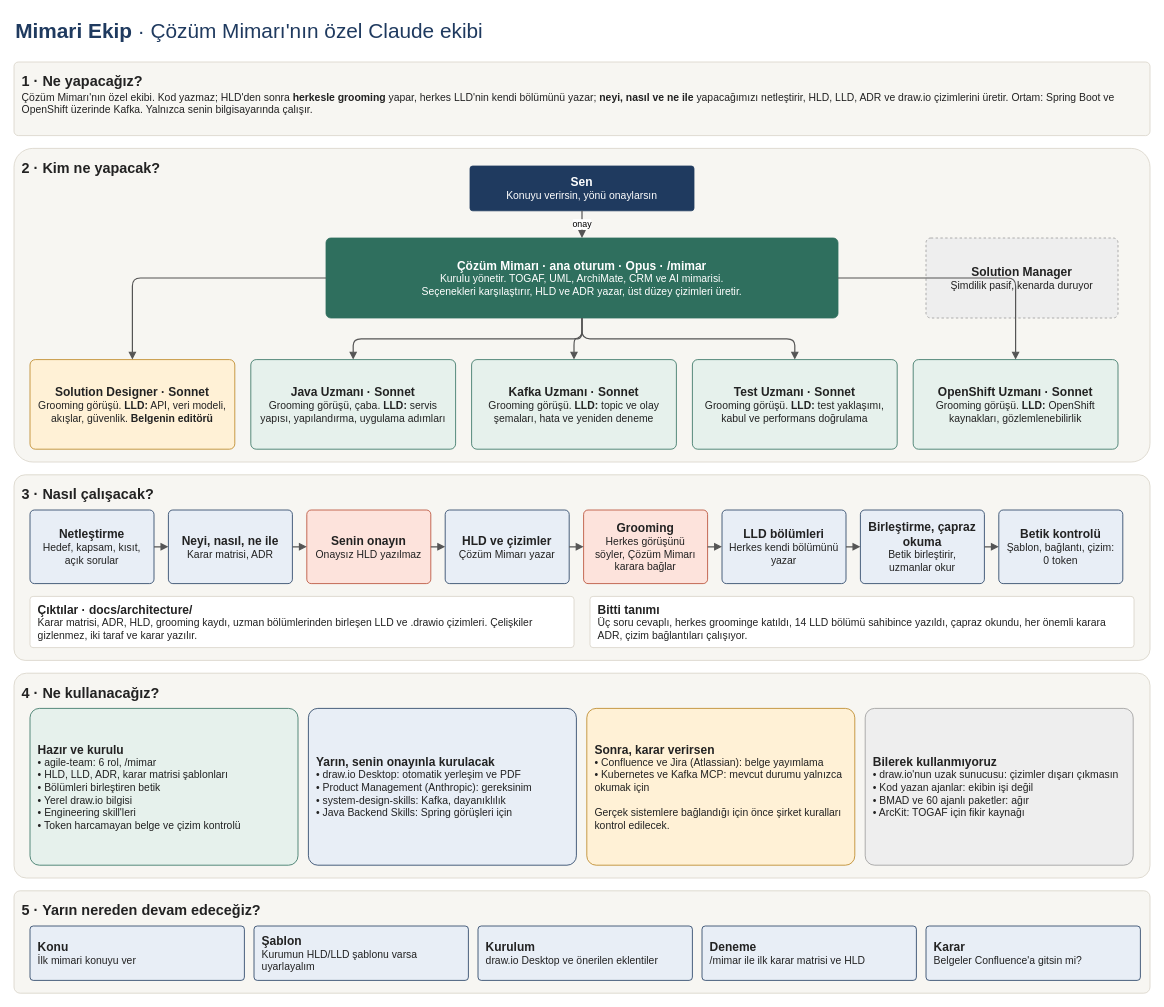
Earlier version of the draw.io diagram docs/architecture/ekip-plani.drawio (TheNativeStranger/agile-team). Source tidied: cells renumbered, new cells numbered last; positions are measured from the earlier drawing's top-left corner, leaving out a move shared by most shapes. Both pictures are drawn from the tidied source at 80%, with x=0, y=0 at pixel (14, 14).
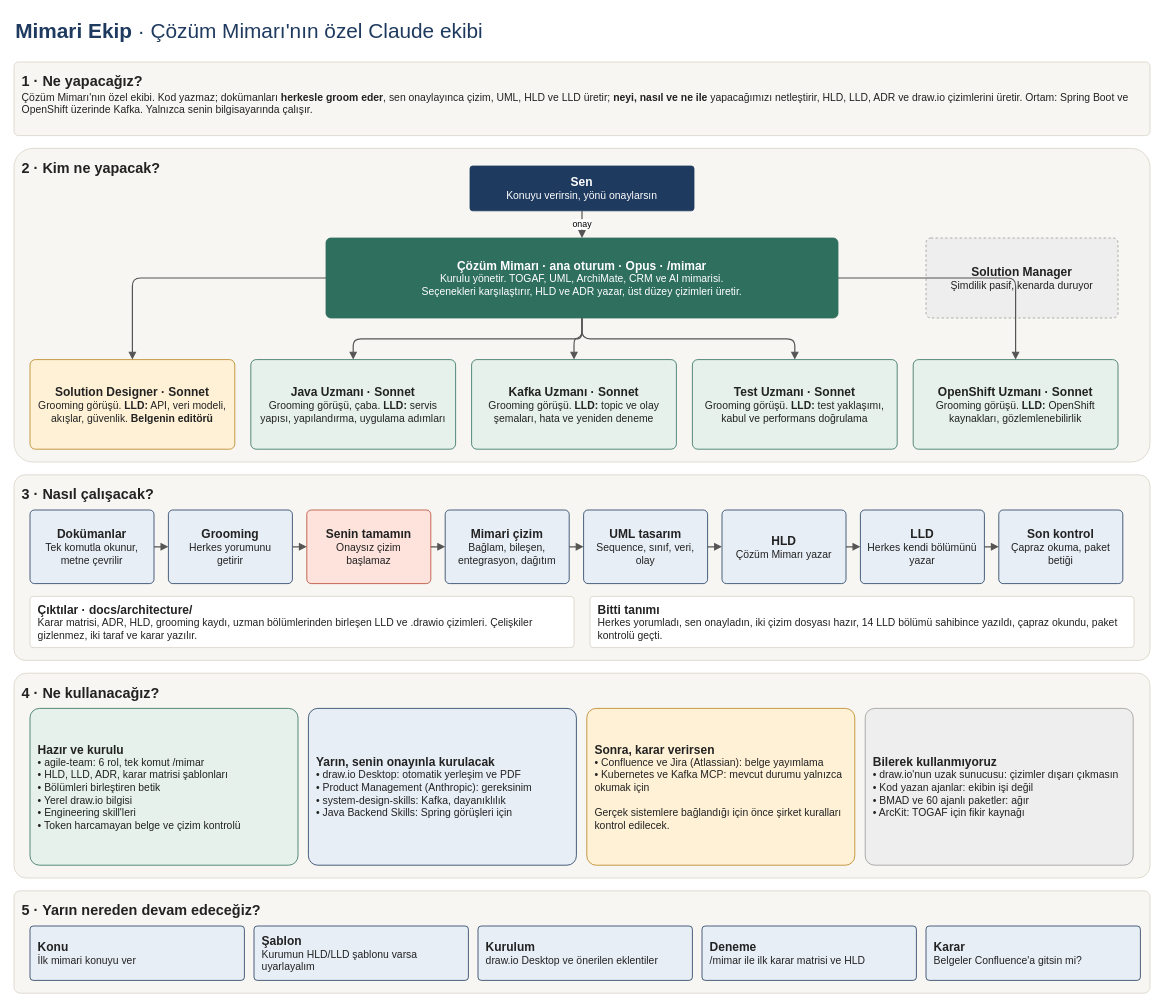
The same diagram, later.

Diff of the diagram source:
```diff
@@
-    <mxCell id="3" value="&lt;font style='font-size:18px'&gt;&lt;b&gt;1 · Ne yapacağız?&lt;/b&gt;&lt;/font&gt;&lt;br&gt;Çözüm Mimarı'nın özel ekibi. Kod yazmaz; HLD'den sonra &lt;b&gt;herkesle grooming&lt;/b&gt; yapar, herkes LLD'nin kendi bölümünü yazar; &lt;b&gt;neyi, nasıl ve ne ile&lt;/b&gt; yapacağımızı netleştirir, HLD, LLD, ADR ve draw.io çizimlerini üretir. Ortam: Spring Boot ve OpenShift üzerinde Kafka. Yalnızca senin bilgisayarında çalışır." style="rounded=1;arcSize=6;whiteSpace=wrap;html=1;fillColor=#f7f6f2;strokeColor=#d8d4c8;fontColor=#222222;fontSize=13;align=left;verticalAlign=top;spacing=10;" parent="1" vertex="1">
+    <mxCell id="3" value="&lt;font style='font-size:18px'&gt;&lt;b&gt;1 · Ne yapacağız?&lt;/b&gt;&lt;/font&gt;&lt;br&gt;Çözüm Mimarı'nın özel ekibi. Kod yazmaz; dokümanları &lt;b&gt;herkesle groom eder&lt;/b&gt;, sen onaylayınca çizim, UML, HLD ve LLD üretir; &lt;b&gt;neyi, nasıl ve ne ile&lt;/b&gt; yapacağımızı netleştirir, HLD, LLD, ADR ve draw.io çizimlerini üretir. Ortam: Spring Boot ve OpenShift üzerinde Kafka. Yalnızca senin bilgisayarında çalışır." style="rounded=1;arcSize=6;whiteSpace=wrap;html=1;fillColor=#f7f6f2;strokeColor=#d8d4c8;fontColor=#222222;fontSize=13;align=left;verticalAlign=top;spacing=10;" parent="1" vertex="1">
       <mxGeometry y="60" width="1420" height="92" as="geometry" />
     </mxCell>
@@
-    <mxCell id="14" value="&lt;font style='font-size:15px'&gt;&lt;b&gt;Netleştirme&lt;/b&gt;&lt;/font&gt;&lt;br&gt;Hedef, kapsam, kısıt, açık sorular" style="rounded=1;arcSize=6;whiteSpace=wrap;html=1;fillColor=#e8eef6;strokeColor=#1f3a5f;fontColor=#222222;fontSize=13;align=center;verticalAlign=middle;spacing=10;" parent="1" vertex="1">
+    <mxCell id="14" value="&lt;font style='font-size:15px'&gt;&lt;b&gt;Dokümanlar&lt;/b&gt;&lt;/font&gt;&lt;br&gt;Tek komutla okunur, metne çevrilir" style="rounded=1;arcSize=6;whiteSpace=wrap;html=1;fillColor=#e8eef6;strokeColor=#1f3a5f;fontColor=#222222;fontSize=13;align=center;verticalAlign=middle;spacing=10;" parent="1" vertex="1">
       <mxGeometry x="20" y="620" width="155" height="92" as="geometry" />
     </mxCell>
-    <mxCell id="15" value="&lt;font style='font-size:15px'&gt;&lt;b&gt;Neyi, nasıl, ne ile&lt;/b&gt;&lt;/font&gt;&lt;br&gt;Karar matrisi, ADR" style="rounded=1;arcSize=6;whiteSpace=wrap;html=1;fillColor=#e8eef6;strokeColor=#1f3a5f;fontColor=#222222;fontSize=13;align=center;verticalAlign=middle;spacing=10;" parent="1" vertex="1">
+    <mxCell id="15" value="&lt;font style='font-size:15px'&gt;&lt;b&gt;Grooming&lt;/b&gt;&lt;/font&gt;&lt;br&gt;Herkes yorumunu getirir" style="rounded=1;arcSize=6;whiteSpace=wrap;html=1;fillColor=#e8eef6;strokeColor=#1f3a5f;fontColor=#222222;fontSize=13;align=center;verticalAlign=middle;spacing=10;" parent="1" vertex="1">
       <mxGeometry x="193" y="620" width="155" height="92" as="geometry" />
     </mxCell>
-    <mxCell id="16" value="&lt;font style='font-size:15px'&gt;&lt;b&gt;Senin onayın&lt;/b&gt;&lt;/font&gt;&lt;br&gt;Onaysız HLD yazılmaz" style="rounded=1;arcSize=6;whiteSpace=wrap;html=1;fillColor=#fde3dc;strokeColor=#b5482f;fontColor=#222222;fontSize=13;align=center;verticalAlign=middle;spacing=10;" parent="1" vertex="1">
+    <mxCell id="16" value="&lt;font style='font-size:15px'&gt;&lt;b&gt;Senin tamamın&lt;/b&gt;&lt;/font&gt;&lt;br&gt;Onaysız çizim başlamaz" style="rounded=1;arcSize=6;whiteSpace=wrap;html=1;fillColor=#fde3dc;strokeColor=#b5482f;fontColor=#222222;fontSize=13;align=center;verticalAlign=middle;spacing=10;" parent="1" vertex="1">
       <mxGeometry x="366" y="620" width="155" height="92" as="geometry" />
     </mxCell>
-    <mxCell id="17" value="&lt;font style='font-size:15px'&gt;&lt;b&gt;HLD ve çizimler&lt;/b&gt;&lt;/font&gt;&lt;br&gt;Çözüm Mimarı yazar" style="rounded=1;arcSize=6;whiteSpace=wrap;html=1;fillColor=#e8eef6;strokeColor=#1f3a5f;fontColor=#222222;fontSize=13;align=center;verticalAlign=middle;spacing=10;" parent="1" vertex="1">
+    <mxCell id="17" value="&lt;font style='font-size:15px'&gt;&lt;b&gt;Mimari çizim&lt;/b&gt;&lt;/font&gt;&lt;br&gt;Bağlam, bileşen, entegrasyon, dağıtım" style="rounded=1;arcSize=6;whiteSpace=wrap;html=1;fillColor=#e8eef6;strokeColor=#1f3a5f;fontColor=#222222;fontSize=13;align=center;verticalAlign=middle;spacing=10;" parent="1" vertex="1">
       <mxGeometry x="539" y="620" width="155" height="92" as="geometry" />
     </mxCell>
-    <mxCell id="18" value="&lt;font style='font-size:15px'&gt;&lt;b&gt;Grooming&lt;/b&gt;&lt;/font&gt;&lt;br&gt;Herkes görüşünü söyler, Çözüm Mimarı karara bağlar" style="rounded=1;arcSize=6;whiteSpace=wrap;html=1;fillColor=#fde3dc;strokeColor=#b5482f;fontColor=#222222;fontSize=13;align=center;verticalAlign=middle;spacing=10;" parent="1" vertex="1">
+    <mxCell id="18" value="&lt;font style='font-size:15px'&gt;&lt;b&gt;UML tasarım&lt;/b&gt;&lt;/font&gt;&lt;br&gt;Sequence, sınıf, veri, olay" style="rounded=1;arcSize=6;whiteSpace=wrap;html=1;fillColor=#e8eef6;strokeColor=#1f3a5f;fontColor=#222222;fontSize=13;align=center;verticalAlign=middle;spacing=10;" parent="1" vertex="1">
       <mxGeometry x="712" y="620" width="155" height="92" as="geometry" />
     </mxCell>
-    <mxCell id="19" value="&lt;font style='font-size:15px'&gt;&lt;b&gt;LLD bölümleri&lt;/b&gt;&lt;/font&gt;&lt;br&gt;Herkes kendi bölümünü yazar" style="rounded=1;arcSize=6;whiteSpace=wrap;html=1;fillColor=#e8eef6;strokeColor=#1f3a5f;fontColor=#222222;fontSize=13;align=center;verticalAlign=middle;spacing=10;" parent="1" vertex="1">
+    <mxCell id="19" value="&lt;font style='font-size:15px'&gt;&lt;b&gt;HLD&lt;/b&gt;&lt;/font&gt;&lt;br&gt;Çözüm Mimarı yazar" style="rounded=1;arcSize=6;whiteSpace=wrap;html=1;fillColor=#e8eef6;strokeColor=#1f3a5f;fontColor=#222222;fontSize=13;align=center;verticalAlign=middle;spacing=10;" parent="1" vertex="1">
       <mxGeometry x="885" y="620" width="155" height="92" as="geometry" />
     </mxCell>
-    <mxCell id="20" value="&lt;font style='font-size:15px'&gt;&lt;b&gt;Birleştirme, çapraz okuma&lt;/b&gt;&lt;/font&gt;&lt;br&gt;Betik birleştirir, uzmanlar okur" style="rounded=1;arcSize=6;whiteSpace=wrap;html=1;fillColor=#e8eef6;strokeColor=#1f3a5f;fontColor=#222222;fontSize=13;align=center;verticalAlign=middle;spacing=10;" parent="1" vertex="1">
+    <mxCell id="20" value="&lt;font style='font-size:15px'&gt;&lt;b&gt;LLD&lt;/b&gt;&lt;/font&gt;&lt;br&gt;Herkes kendi bölümünü yazar" style="rounded=1;arcSize=6;whiteSpace=wrap;html=1;fillColor=#e8eef6;strokeColor=#1f3a5f;fontColor=#222222;fontSize=13;align=center;verticalAlign=middle;spacing=10;" parent="1" vertex="1">
       <mxGeometry x="1058" y="620" width="155" height="92" as="geometry" />
     </mxCell>
-    <mxCell id="21" value="&lt;font style='font-size:15px'&gt;&lt;b&gt;Betik kontrolü&lt;/b&gt;&lt;/font&gt;&lt;br&gt;Şablon, bağlantı, çizim: 0 token" style="rounded=1;arcSize=6;whiteSpace=wrap;html=1;fillColor=#e8eef6;strokeColor=#1f3a5f;fontColor=#222222;fontSize=13;align=center;verticalAlign=middle;spacing=10;" parent="1" vertex="1">
+    <mxCell id="21" value="&lt;font style='font-size:15px'&gt;&lt;b&gt;Son kontrol&lt;/b&gt;&lt;/font&gt;&lt;br&gt;Çapraz okuma, paket betiği" style="rounded=1;arcSize=6;whiteSpace=wrap;html=1;fillColor=#e8eef6;strokeColor=#1f3a5f;fontColor=#222222;fontSize=13;align=center;verticalAlign=middle;spacing=10;" parent="1" vertex="1">
       <mxGeometry x="1231" y="620" width="155" height="92" as="geometry" />
     </mxCell>
@@
-    <mxCell id="23" value="&lt;font style='font-size:15px'&gt;&lt;b&gt;Bitti tanımı&lt;/b&gt;&lt;/font&gt;&lt;br&gt;Üç soru cevaplı, herkes groominge katıldı, 14 LLD bölümü sahibince yazıldı, çapraz okundu, her önemli karara ADR, çizim bağlantıları çalışıyor." style="rounded=1;arcSize=6;whiteSpace=wrap;html=1;fillColor=#ffffff;strokeColor=#d8d4c8;fontColor=#222222;fontSize=13;align=left;verticalAlign=middle;spacing=10;" parent="1" vertex="1">
+    <mxCell id="23" value="&lt;font style='font-size:15px'&gt;&lt;b&gt;Bitti tanımı&lt;/b&gt;&lt;/font&gt;&lt;br&gt;Herkes yorumladı, sen onayladın, iki çizim dosyası hazır, 14 LLD bölümü sahibince yazıldı, çapraz okundu, paket kontrolü geçti." style="rounded=1;arcSize=6;whiteSpace=wrap;html=1;fillColor=#ffffff;strokeColor=#d8d4c8;fontColor=#222222;fontSize=13;align=left;verticalAlign=middle;spacing=10;" parent="1" vertex="1">
       <mxGeometry x="720" y="728" width="680" height="64" as="geometry" />
     </mxCell>
@@
-    <mxCell id="25" value="&lt;font style='font-size:15px'&gt;&lt;b&gt;Hazır ve kurulu&lt;/b&gt;&lt;/font&gt;&lt;br&gt;• agile-team: 6 rol, /mimar&lt;br&gt;• HLD, LLD, ADR, karar matrisi şablonları&lt;br&gt;• Bölümleri birleştiren betik&lt;br&gt;• Yerel draw.io bilgisi&lt;br&gt;• Engineering skill'leri&lt;br&gt;• Token harcamayan belge ve çizim kontrolü" style="rounded=1;arcSize=6;whiteSpace=wrap;html=1;fillColor=#e6f1ec;strokeColor=#2f6f5e;fontColor=#222222;fontSize=13;align=left;verticalAlign=middle;spacing=10;" parent="1" vertex="1">
+    <mxCell id="25" value="&lt;font style='font-size:15px'&gt;&lt;b&gt;Hazır ve kurulu&lt;/b&gt;&lt;/font&gt;&lt;br&gt;• agile-team: 6 rol, tek komut /mimar&lt;br&gt;• HLD, LLD, ADR, karar matrisi şablonları&lt;br&gt;• Bölümleri birleştiren betik&lt;br&gt;• Yerel draw.io bilgisi&lt;br&gt;• Engineering skill'leri&lt;br&gt;• Token harcamayan belge ve çizim kontrolü" style="rounded=1;arcSize=6;whiteSpace=wrap;html=1;fillColor=#e6f1ec;strokeColor=#2f6f5e;fontColor=#222222;fontSize=13;align=left;verticalAlign=middle;spacing=10;" parent="1" vertex="1">
       <mxGeometry x="20" y="868" width="335" height="196" as="geometry" />
     </mxCell>
```
